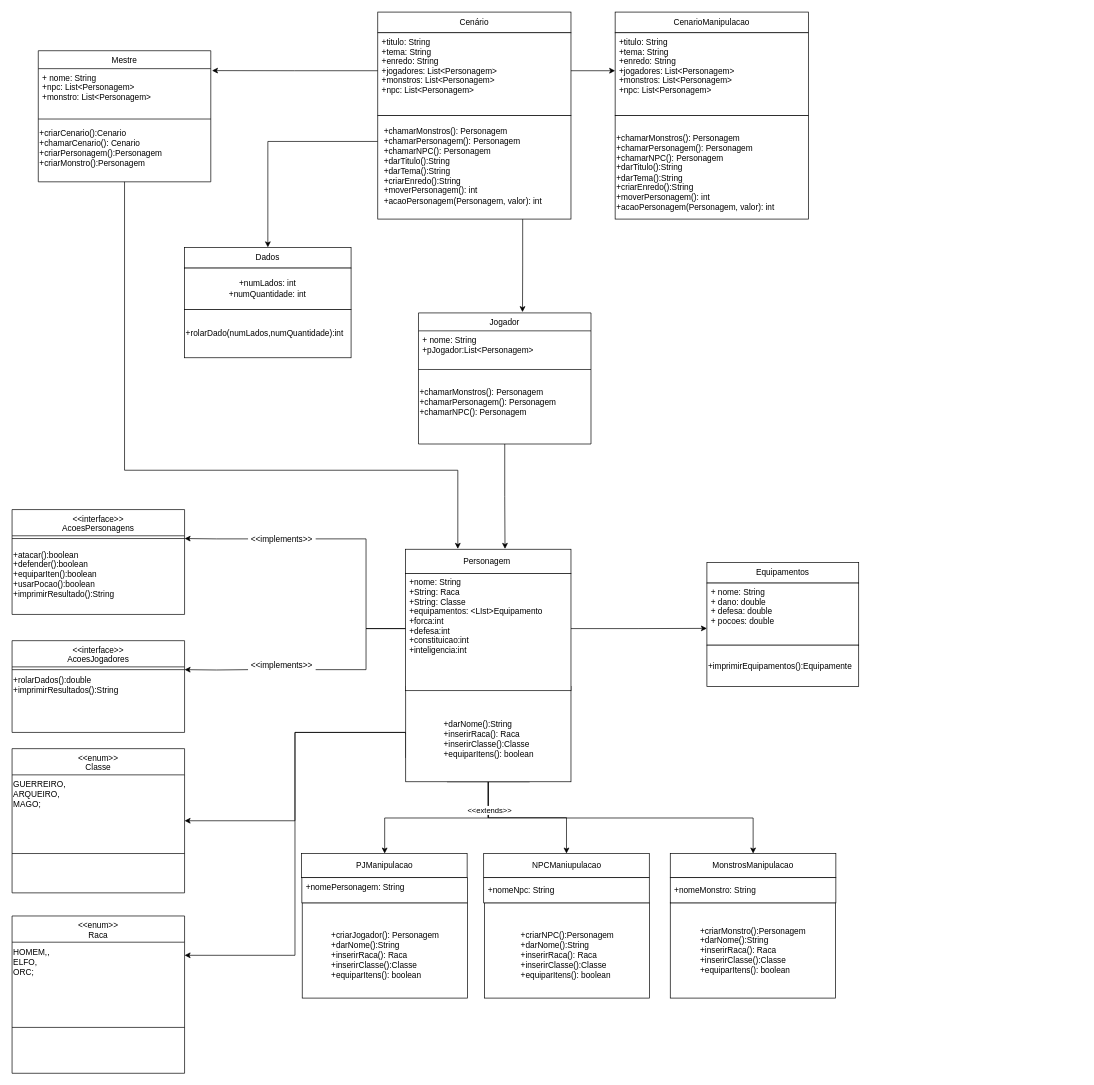
Above: diagrama-trabalho-final-rpg.drawio in MrMoisesNoah/MestresDoRPG-trabalho-programaVemSerDBC (draw.io), before the change. Source tidied: cells renumbered, new cells numbered last; positions are measured from the earlier drawing's top-left corner, leaving out a move shared by most shapes. Both pictures are drawn from the tidied source at 69%, with x=0, y=0 at pixel (12, 12).
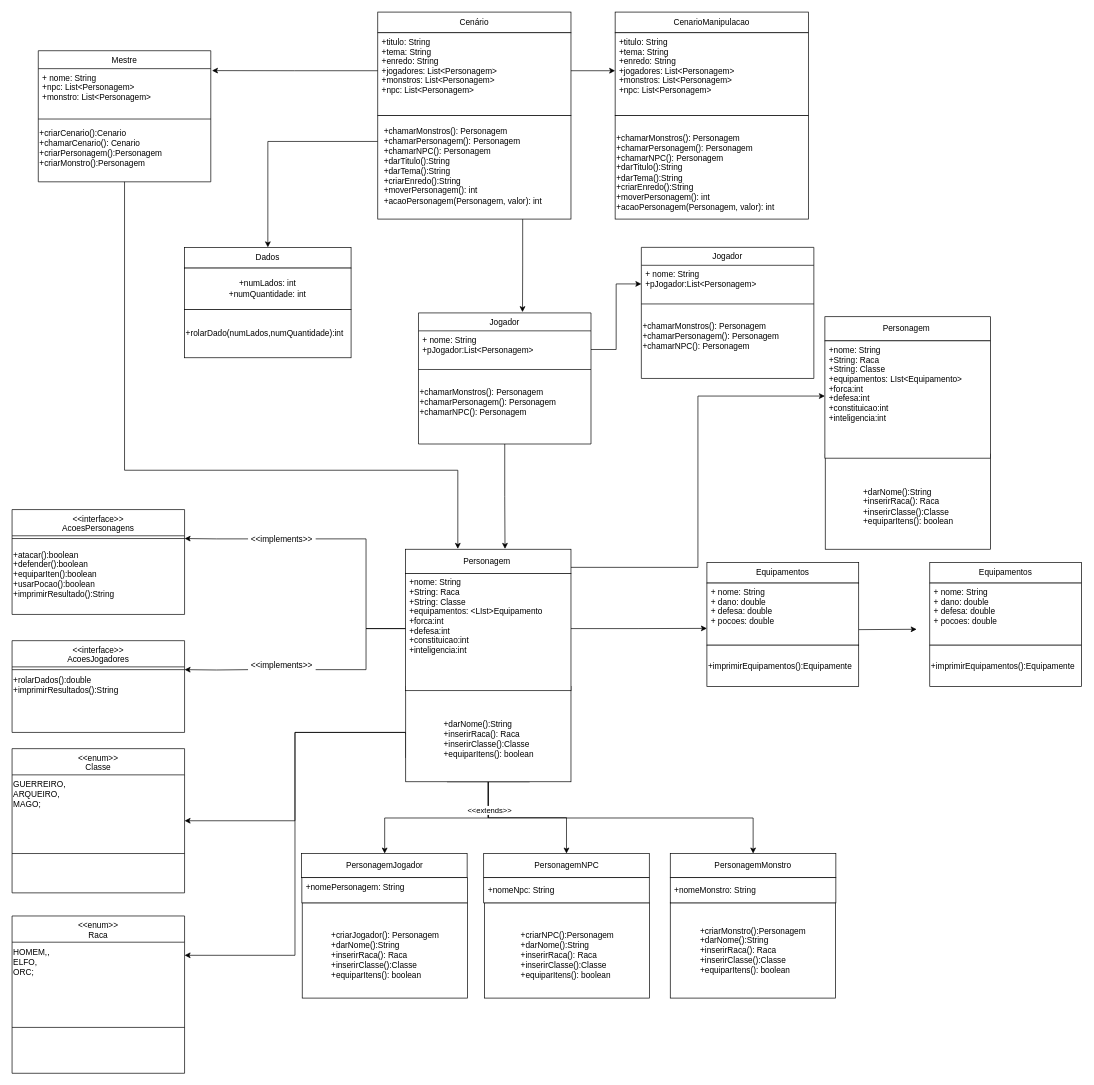
Above is the later version.

The change refers to these unchanged cells:
```xml
<mxCell id="14" style="rounded=0;whiteSpace=wrap;html=1;" parent="1" vertex="1">
  <mxGeometry x="1007" y="827.5" width="220" height="90" as="geometry" />
</mxCell>
<mxCell id="16" value="Personagem&amp;nbsp;" style="rounded=0;whiteSpace=wrap;html=1;" parent="1" vertex="1">
  <mxGeometry x="570" y="778.5" width="240" height="35" as="geometry" />
</mxCell>
<mxCell id="39" value="+ nome: String&#10;+pJogador:List&lt;Personagem&gt;" style="text;align=left;verticalAlign=top;spacingLeft=4;spacingRight=4;overflow=hidden;points=[[0,0.5],[1,0.5]];portConstraint=eastwest;" parent="38" vertex="1">
  <mxGeometry y="26" width="250" height="54" as="geometry" />
</mxCell>
```

Change to the diagram source:
```diff
@@
+    <mxCell id="79" style="edgeStyle=orthogonalEdgeStyle;rounded=0;jettySize=auto;html=1;exitX=1;exitY=0.75;exitDx=0;exitDy=0;" parent="1" edge="1" source="14">
+      <mxGeometry relative="1" as="geometry">
+        <mxPoint x="1311" y="894.5" as="targetPoint" />
+      </mxGeometry>
+    </mxCell>
@@
+    <mxCell id="80" style="edgeStyle=orthogonalEdgeStyle;rounded=0;jettySize=auto;html=1;exitX=1;exitY=0.75;exitDx=0;exitDy=0;entryX=0;entryY=0.5;entryDx=0;entryDy=0;" parent="1" edge="1" source="16" target="85">
+      <mxGeometry relative="1" as="geometry" />
+    </mxCell>
@@
-    <mxCell id="59" value="MonstrosManipulacao" style="rounded=0;whiteSpace=wrap;html=1;" parent="1" vertex="1">
+    <mxCell id="59" value="PersonagemMonstro" style="rounded=0;whiteSpace=wrap;html=1;" parent="1" vertex="1">
       <mxGeometry x="953.9" y="1219.5" width="240" height="35" as="geometry" />
     </mxCell>
@@
-    <mxCell id="64" value="NPCManiupulacao" style="rounded=0;whiteSpace=wrap;html=1;" parent="1" vertex="1">
+    <mxCell id="64" value="PersonagemNPC" style="rounded=0;whiteSpace=wrap;html=1;" parent="1" vertex="1">
       <mxGeometry x="683.5" y="1219.5" width="240" height="35" as="geometry" />
     </mxCell>
@@
-    <mxCell id="69" value="PJManipulacao" style="rounded=0;whiteSpace=wrap;html=1;" parent="1" vertex="1">
+    <mxCell id="69" value="PersonagemJogador" style="rounded=0;whiteSpace=wrap;html=1;" parent="1" vertex="1">
       <mxGeometry x="419.5" y="1219.5" width="240" height="35" as="geometry" />
     </mxCell>
@@
+    <mxCell id="81" style="edgeStyle=orthogonalEdgeStyle;rounded=0;orthogonalLoop=1;jettySize=auto;html=1;exitX=0.5;exitY=1;exitDx=0;exitDy=0;" parent="1" edge="1">
+      <mxGeometry relative="1" as="geometry">
+        <mxPoint x="1418" y="636.5" as="sourcePoint" />
+        <mxPoint x="1418" y="636.5" as="targetPoint" />
+      </mxGeometry>
+    </mxCell>
+    <mxCell id="82" value="Personagem&amp;nbsp;" style="rounded=0;whiteSpace=wrap;html=1;" parent="1" vertex="1">
+      <mxGeometry x="1178" y="441.5" width="240" height="35" as="geometry" />
+    </mxCell>
+    <mxCell id="83" value="&lt;div style=&quot;text-align: left;&quot;&gt;&lt;br&gt;&lt;/div&gt;&lt;div style=&quot;text-align: left;&quot;&gt;&lt;span style=&quot;background-color: initial;&quot;&gt;+darNome():String&lt;/span&gt;&lt;/div&gt;&lt;div style=&quot;text-align: left;&quot;&gt;&lt;span style=&quot;background-color: initial;&quot;&gt;+inserirRaca(): Raca&lt;/span&gt;&lt;/div&gt;&lt;div style=&quot;text-align: left;&quot;&gt;&lt;span style=&quot;background-color: initial;&quot;&gt;+inserirClasse():Classe&lt;/span&gt;&lt;/div&gt;&lt;div style=&quot;text-align: left;&quot;&gt;&lt;span style=&quot;background-color: initial;&quot;&gt;+equiparItens(): boolean&lt;/span&gt;&lt;/div&gt;" style="rounded=0;whiteSpace=wrap;html=1;" parent="1" vertex="1">
+      <mxGeometry x="1178.5" y="640.5" width="239.5" height="138" as="geometry" />
+    </mxCell>
+    <mxCell id="84" style="rounded=0;whiteSpace=wrap;html=1;" parent="1" vertex="1">
+      <mxGeometry x="1178" y="476.5" width="240" height="170" as="geometry" />
+    </mxCell>
+    <mxCell id="85" value="+nome: String&#10;+String: Raca&#10;+String: Classe&#10;+equipamentos: LIst&lt;Equipamento&gt;&#10;+forca:int&#10;+defesa:int&#10;+constituicao:int&#10;+inteligencia:int&#10;&#10;&#10;&#10;&#10;" style="text;align=left;verticalAlign=top;spacingLeft=4;spacingRight=4;overflow=hidden;points=[[0,0.5],[1,0.5]];portConstraint=eastwest;" parent="1" vertex="1">
+      <mxGeometry x="1178" y="476.5" width="240" height="160" as="geometry" />
+    </mxCell>
+    <mxCell id="86" value="Equipamentos" style="rounded=0;whiteSpace=wrap;html=1;" parent="1" vertex="1">
+      <mxGeometry x="1330" y="797.5" width="220" height="30" as="geometry" />
+    </mxCell>
+    <mxCell id="87" style="rounded=0;whiteSpace=wrap;html=1;" parent="1" vertex="1">
+      <mxGeometry x="1330" y="827.5" width="220" height="90" as="geometry" />
+    </mxCell>
+    <mxCell id="88" value="+imprimirEquipamentos():Equipamente" style="rounded=0;whiteSpace=wrap;html=1;align=left;" parent="1" vertex="1">
+      <mxGeometry x="1330" y="917.5" width="220" height="60" as="geometry" />
+    </mxCell>
+    <mxCell id="89" value="+ nome: String&#10;+ dano: double&#10;+ defesa: double&#10;+ pocoes: double&#10;&#10;&#10; " style="text;align=left;verticalAlign=top;spacingLeft=4;spacingRight=4;overflow=hidden;" parent="1" vertex="1">
+      <mxGeometry x="1330" y="827.5" width="134.8" height="70" as="geometry" />
+    </mxCell>
+    <mxCell id="90" value="Jogador" style="swimlane;fontStyle=0;align=center;verticalAlign=top;horizontal=1;startSize=26;rounded=0;shadow=0;strokeWidth=1;" parent="1" vertex="1">
+      <mxGeometry x="912" y="341" width="250" height="190" as="geometry" />
+    </mxCell>
+    <mxCell id="91" value="+ nome: String&#10;+pJogador:List&lt;Personagem&gt;" style="text;align=left;verticalAlign=top;spacingLeft=4;spacingRight=4;overflow=hidden;points=[[0,0.5],[1,0.5]];portConstraint=eastwest;" parent="90" vertex="1">
+      <mxGeometry y="26" width="250" height="54" as="geometry" />
+    </mxCell>
+    <mxCell id="92" style="line;html=1;strokeWidth=1;align=left;verticalAlign=middle;spacingTop=-1;spacingLeft=3;spacingRight=3;labelPosition=right;" parent="90" vertex="1">
+      <mxGeometry y="80" width="250" height="4" as="geometry" />
+    </mxCell>
+    <mxCell id="93" value="&lt;br&gt;+chamarMonstros(): Personagem&lt;br&gt;+chamarPersonagem(): Personagem&lt;br&gt;+chamarNPC(): Personagem" style="text;html=1;align=left;verticalAlign=middle;strokeColor=none;fillColor=none;" parent="90" vertex="1">
+      <mxGeometry y="84" width="250" height="76" as="geometry" />
+    </mxCell>
+    <mxCell id="94" style="edgeStyle=orthogonalEdgeStyle;rounded=0;jettySize=auto;html=1;exitX=1;exitY=0.5;exitDx=0;exitDy=0;entryX=0;entryY=0.5;entryDx=0;entryDy=0;" parent="1" edge="1" source="39" target="91">
+      <mxGeometry relative="1" as="geometry" />
+    </mxCell>
```
